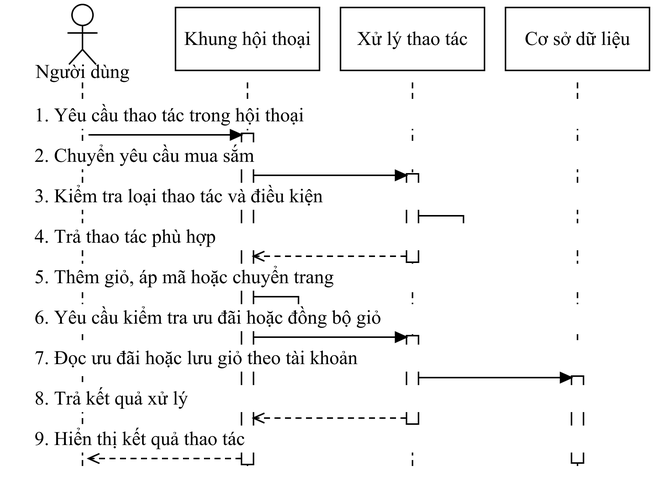
Earlier version of the draw.io export docs/do-an-LSOUL/So-do-LSOUL-rut-gon/anh-png/SEQ-18.png (Loccao102/BanHang). Source tidied: cells renumbered, new cells last; positions are measured from the earlier drawing's top-left corner, leaving out a move shared by most shapes.
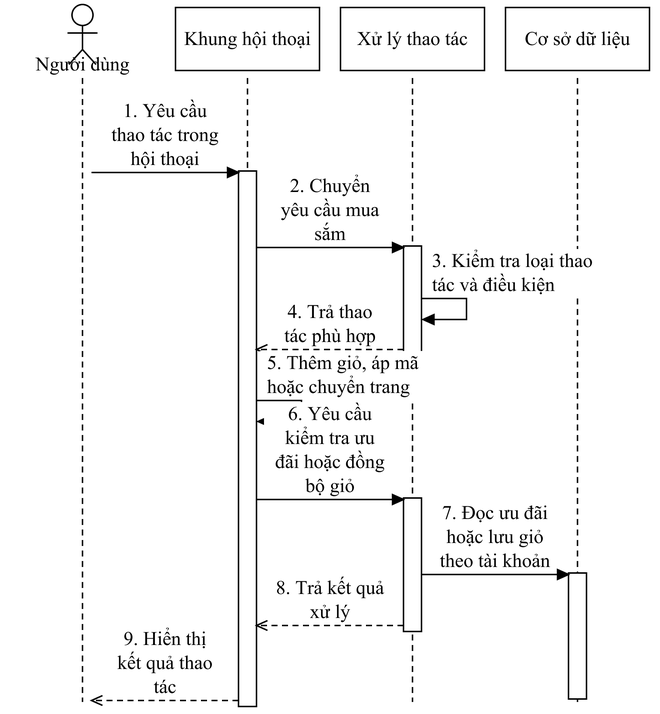
The same file after the commit.

What changed in the source:
```diff
@@ -4,127 +4,127 @@
     <mxCell id="1" parent="0" />
     <mxCell id="2" style="fontFamily=Times New Roman;fontSize=13;fontColor=#000000;strokeColor=#000000;strokeWidth=1;fillColor=#FFFFFF;shadow=0;rounded=0;html=0;whiteSpace=wrap;spacing=5;endArrow=none;endFill=1;startArrow=none;dashed=1;dashPattern=4 3;" parent="1" edge="1">
       <mxGeometry relative="1" as="geometry">
-        <mxPoint x="48" y="52" as="sourcePoint" />
-        <mxPoint x="48" y="308" as="targetPoint" />
+        <mxPoint x="48" y="49" as="sourcePoint" />
+        <mxPoint x="48" y="465" as="targetPoint" />
       </mxGeometry>
     </mxCell>
     <mxCell id="3" style="fontFamily=Times New Roman;fontSize=13;fontColor=#000000;strokeColor=#000000;strokeWidth=1;fillColor=#FFFFFF;shadow=0;rounded=0;html=0;whiteSpace=wrap;spacing=5;endArrow=none;endFill=1;startArrow=none;dashed=1;dashPattern=4 3;" parent="1" edge="1">
       <mxGeometry relative="1" as="geometry">
-        <mxPoint x="158" y="52" as="sourcePoint" />
-        <mxPoint x="158" y="308" as="targetPoint" />
+        <mxPoint x="158" y="49" as="sourcePoint" />
+        <mxPoint x="158" y="465" as="targetPoint" />
       </mxGeometry>
     </mxCell>
     <mxCell id="4" style="fontFamily=Times New Roman;fontSize=13;fontColor=#000000;strokeColor=#000000;strokeWidth=1;fillColor=#FFFFFF;shadow=0;rounded=0;html=0;whiteSpace=wrap;spacing=5;endArrow=none;endFill=1;startArrow=none;dashed=1;dashPattern=4 3;" parent="1" edge="1">
       <mxGeometry relative="1" as="geometry">
-        <mxPoint x="268" y="52" as="sourcePoint" />
-        <mxPoint x="268" y="308" as="targetPoint" />
+        <mxPoint x="268" y="49" as="sourcePoint" />
+        <mxPoint x="268" y="465" as="targetPoint" />
       </mxGeometry>
     </mxCell>
     <mxCell id="5" style="fontFamily=Times New Roman;fontSize=13;fontColor=#000000;strokeColor=#000000;strokeWidth=1;fillColor=#FFFFFF;shadow=0;rounded=0;html=0;whiteSpace=wrap;spacing=5;endArrow=none;endFill=1;startArrow=none;dashed=1;dashPattern=4 3;" parent="1" edge="1">
       <mxGeometry relative="1" as="geometry">
-        <mxPoint x="378" y="52" as="sourcePoint" />
-        <mxPoint x="378" y="308" as="targetPoint" />
+        <mxPoint x="378" y="49" as="sourcePoint" />
+        <mxPoint x="378" y="465" as="targetPoint" />
       </mxGeometry>
     </mxCell>
     <mxCell id="6" style="fontFamily=Times New Roman;fontSize=13;fontColor=#000000;strokeColor=#000000;strokeWidth=1;fillColor=#FFFFFF;shadow=0;rounded=0;html=0;whiteSpace=wrap;spacing=5;align=center;verticalAlign=middle;" parent="1" vertex="1">
-      <mxGeometry x="264" y="113" width="8" height="59" as="geometry" />
+      <mxGeometry x="262" y="161" width="12" height="73" as="geometry" />
     </mxCell>
     <mxCell id="7" style="fontFamily=Times New Roman;fontSize=13;fontColor=#000000;strokeColor=#000000;strokeWidth=1;fillColor=#FFFFFF;shadow=0;rounded=0;html=0;whiteSpace=wrap;spacing=5;align=center;verticalAlign=middle;" parent="1" vertex="1">
-      <mxGeometry x="264" y="221" width="8" height="59" as="geometry" />
+      <mxGeometry x="262" y="329" width="12" height="89" as="geometry" />
     </mxCell>
     <mxCell id="8" style="fontFamily=Times New Roman;fontSize=13;fontColor=#000000;strokeColor=#000000;strokeWidth=1;fillColor=#FFFFFF;shadow=0;rounded=0;html=0;whiteSpace=wrap;spacing=5;align=center;verticalAlign=middle;" parent="1" vertex="1">
-      <mxGeometry x="154" y="86" width="8" height="221" as="geometry" />
+      <mxGeometry x="152" y="111" width="12" height="357" as="geometry" />
     </mxCell>
     <mxCell id="9" style="fontFamily=Times New Roman;fontSize=13;fontColor=#000000;strokeColor=#000000;strokeWidth=1;fillColor=#FFFFFF;shadow=0;rounded=0;html=0;whiteSpace=wrap;spacing=5;align=center;verticalAlign=middle;" parent="1" vertex="1">
-      <mxGeometry x="374" y="248" width="8" height="58" as="geometry" />
+      <mxGeometry x="372" y="379" width="12" height="84" as="geometry" />
     </mxCell>
-    <mxCell id="10" value="1. Yêu cầu thao tác trong hội thoại" style="fontFamily=Times New Roman;fontSize=13;fontColor=#000000;strokeColor=#000000;strokeWidth=1;fillColor=#FFFFFF;shadow=0;rounded=0;html=0;whiteSpace=wrap;spacing=5;text;strokeColor=none;fillColor=none;align=left;verticalAlign=middle;fillColor=#FFFFFF;" parent="1" vertex="1">
-      <mxGeometry x="11" y="65" width="404" height="18" as="geometry" />
+    <mxCell id="10" value="1. Yêu cầu&#10;thao tác trong&#10;hội thoại" style="fontFamily=Times New Roman;fontSize=13;fontColor=#000000;strokeColor=#000000;strokeWidth=1;fillColor=#FFFFFF;shadow=0;rounded=0;html=0;whiteSpace=wrap;spacing=5;text;strokeColor=none;fillColor=none;align=center;verticalAlign=middle;fillColor=#FFFFFF;" parent="1" vertex="1">
+      <mxGeometry x="59" y="63" width="88" height="48" as="geometry" />
     </mxCell>
     <mxCell id="11" style="fontFamily=Times New Roman;fontSize=13;fontColor=#000000;strokeColor=#000000;strokeWidth=1;fillColor=#FFFFFF;shadow=0;rounded=0;html=0;whiteSpace=wrap;spacing=5;endArrow=block;endFill=1;startArrow=none;" parent="1" edge="1">
       <mxGeometry relative="1" as="geometry">
-        <mxPoint x="52" y="87" as="sourcePoint" />
-        <mxPoint x="154" y="87" as="targetPoint" />
+        <mxPoint x="54" y="112" as="sourcePoint" />
+        <mxPoint x="152" y="112" as="targetPoint" />
       </mxGeometry>
     </mxCell>
-    <mxCell id="12" value="2. Chuyển yêu cầu mua sắm" style="fontFamily=Times New Roman;fontSize=13;fontColor=#000000;strokeColor=#000000;strokeWidth=1;fillColor=#FFFFFF;shadow=0;rounded=0;html=0;whiteSpace=wrap;spacing=5;text;strokeColor=none;fillColor=none;align=left;verticalAlign=middle;fillColor=#FFFFFF;" parent="1" vertex="1">
-      <mxGeometry x="11" y="92" width="404" height="18" as="geometry" />
+    <mxCell id="12" value="2. Chuyển&#10;yêu cầu mua&#10;sắm" style="fontFamily=Times New Roman;fontSize=13;fontColor=#000000;strokeColor=#000000;strokeWidth=1;fillColor=#FFFFFF;shadow=0;rounded=0;html=0;whiteSpace=wrap;spacing=5;text;strokeColor=none;fillColor=none;align=center;verticalAlign=middle;fillColor=#FFFFFF;" parent="1" vertex="1">
+      <mxGeometry x="169" y="113" width="88" height="48" as="geometry" />
     </mxCell>
     <mxCell id="13" style="fontFamily=Times New Roman;fontSize=13;fontColor=#000000;strokeColor=#000000;strokeWidth=1;fillColor=#FFFFFF;shadow=0;rounded=0;html=0;whiteSpace=wrap;spacing=5;endArrow=block;endFill=1;startArrow=none;" parent="1" edge="1">
       <mxGeometry relative="1" as="geometry">
-        <mxPoint x="162" y="114" as="sourcePoint" />
-        <mxPoint x="264" y="114" as="targetPoint" />
+        <mxPoint x="164" y="162" as="sourcePoint" />
+        <mxPoint x="262" y="162" as="targetPoint" />
       </mxGeometry>
     </mxCell>
-    <mxCell id="14" value="3. Kiểm tra loại thao tác và điều kiện" style="fontFamily=Times New Roman;fontSize=13;fontColor=#000000;strokeColor=#000000;strokeWidth=1;fillColor=#FFFFFF;shadow=0;rounded=0;html=0;whiteSpace=wrap;spacing=5;text;strokeColor=none;fillColor=none;align=left;verticalAlign=middle;fillColor=#FFFFFF;" parent="1" vertex="1">
-      <mxGeometry x="11" y="119" width="404" height="18" as="geometry" />
+    <mxCell id="14" value="3. Kiểm tra loại thao&#10;tác và điều kiện" style="fontFamily=Times New Roman;fontSize=13;fontColor=#000000;strokeColor=#000000;strokeWidth=1;fillColor=#FFFFFF;shadow=0;rounded=0;html=0;whiteSpace=wrap;spacing=5;text;strokeColor=none;fillColor=none;align=left;verticalAlign=middle;fillColor=#FFFFFF;" parent="1" vertex="1">
+      <mxGeometry x="276" y="163" width="136" height="32" as="geometry" />
     </mxCell>
     <mxCell id="15" style="fontFamily=Times New Roman;fontSize=13;fontColor=#000000;strokeColor=#000000;strokeWidth=1;fillColor=#FFFFFF;shadow=0;rounded=0;html=0;whiteSpace=wrap;spacing=5;endArrow=block;endFill=1;startArrow=none;" parent="1" edge="1">
       <mxGeometry relative="1" as="geometry">
-        <mxPoint x="272" y="141" as="sourcePoint" />
-        <mxPoint x="273" y="153" as="targetPoint" />
+        <mxPoint x="274" y="196" as="sourcePoint" />
+        <mxPoint x="275" y="210" as="targetPoint" />
         <Array as="points">
-          <mxPoint x="302" y="141" />
-          <mxPoint x="302" y="153" />
+          <mxPoint x="304" y="196" />
+          <mxPoint x="304" y="210" />
         </Array>
       </mxGeometry>
     </mxCell>
-    <mxCell id="16" value="4. Trả thao tác phù hợp" style="fontFamily=Times New Roman;fontSize=13;fontColor=#000000;strokeColor=#000000;strokeWidth=1;fillColor=#FFFFFF;shadow=0;rounded=0;html=0;whiteSpace=wrap;spacing=5;text;strokeColor=none;fillColor=none;align=left;verticalAlign=middle;fillColor=#FFFFFF;" parent="1" vertex="1">
-      <mxGeometry x="11" y="146" width="404" height="18" as="geometry" />
+    <mxCell id="16" value="4. Trả thao&#10;tác phù hợp" style="fontFamily=Times New Roman;fontSize=13;fontColor=#000000;strokeColor=#000000;strokeWidth=1;fillColor=#FFFFFF;shadow=0;rounded=0;html=0;whiteSpace=wrap;spacing=5;text;strokeColor=none;fillColor=none;align=center;verticalAlign=middle;fillColor=#FFFFFF;" parent="1" vertex="1">
+      <mxGeometry x="169" y="197" width="88" height="32" as="geometry" />
     </mxCell>
     <mxCell id="17" style="fontFamily=Times New Roman;fontSize=13;fontColor=#000000;strokeColor=#000000;strokeWidth=1;fillColor=#FFFFFF;shadow=0;rounded=0;html=0;whiteSpace=wrap;spacing=5;endArrow=open;endFill=1;startArrow=none;dashed=1;dashPattern=4 3;" parent="1" edge="1">
       <mxGeometry relative="1" as="geometry">
-        <mxPoint x="264" y="168" as="sourcePoint" />
-        <mxPoint x="162" y="168" as="targetPoint" />
+        <mxPoint x="262" y="230" as="sourcePoint" />
+        <mxPoint x="164" y="230" as="targetPoint" />
       </mxGeometry>
     </mxCell>
-    <mxCell id="18" value="5. Thêm giỏ, áp mã hoặc chuyển trang" style="fontFamily=Times New Roman;fontSize=13;fontColor=#000000;strokeColor=#000000;strokeWidth=1;fillColor=#FFFFFF;shadow=0;rounded=0;html=0;whiteSpace=wrap;spacing=5;text;strokeColor=none;fillColor=none;align=left;verticalAlign=middle;fillColor=#FFFFFF;" parent="1" vertex="1">
-      <mxGeometry x="11" y="173" width="404" height="18" as="geometry" />
+    <mxCell id="18" value="5. Thêm giỏ, áp mã&#10;hoặc chuyển trang" style="fontFamily=Times New Roman;fontSize=13;fontColor=#000000;strokeColor=#000000;strokeWidth=1;fillColor=#FFFFFF;shadow=0;rounded=0;html=0;whiteSpace=wrap;spacing=5;text;strokeColor=none;fillColor=none;align=left;verticalAlign=middle;fillColor=#FFFFFF;" parent="1" vertex="1">
+      <mxGeometry x="166" y="231" width="136" height="32" as="geometry" />
     </mxCell>
     <mxCell id="19" style="fontFamily=Times New Roman;fontSize=13;fontColor=#000000;strokeColor=#000000;strokeWidth=1;fillColor=#FFFFFF;shadow=0;rounded=0;html=0;whiteSpace=wrap;spacing=5;endArrow=block;endFill=1;startArrow=none;" parent="1" edge="1">
       <mxGeometry relative="1" as="geometry">
-        <mxPoint x="162" y="195" as="sourcePoint" />
-        <mxPoint x="163" y="207" as="targetPoint" />
+        <mxPoint x="164" y="264" as="sourcePoint" />
+        <mxPoint x="165" y="278" as="targetPoint" />
         <Array as="points">
-          <mxPoint x="192" y="195" />
-          <mxPoint x="192" y="207" />
+          <mxPoint x="194" y="264" />
+          <mxPoint x="194" y="278" />
         </Array>
       </mxGeometry>
     </mxCell>
-    <mxCell id="20" value="6. Yêu cầu kiểm tra ưu đãi hoặc đồng bộ giỏ" style="fontFamily=Times New Roman;fontSize=13;fontColor=#000000;strokeColor=#000000;strokeWidth=1;fillColor=#FFFFFF;shadow=0;rounded=0;html=0;whiteSpace=wrap;spacing=5;text;strokeColor=none;fillColor=none;align=left;verticalAlign=middle;fillColor=#FFFFFF;" parent="1" vertex="1">
-      <mxGeometry x="11" y="200" width="404" height="18" as="geometry" />
+    <mxCell id="20" value="6. Yêu cầu&#10;kiểm tra ưu&#10;đãi hoặc đồng&#10;bộ giỏ" style="fontFamily=Times New Roman;fontSize=13;fontColor=#000000;strokeColor=#000000;strokeWidth=1;fillColor=#FFFFFF;shadow=0;rounded=0;html=0;whiteSpace=wrap;spacing=5;text;strokeColor=none;fillColor=none;align=center;verticalAlign=middle;fillColor=#FFFFFF;" parent="1" vertex="1">
+      <mxGeometry x="169" y="265" width="88" height="64" as="geometry" />
     </mxCell>
     <mxCell id="21" style="fontFamily=Times New Roman;fontSize=13;fontColor=#000000;strokeColor=#000000;strokeWidth=1;fillColor=#FFFFFF;shadow=0;rounded=0;html=0;whiteSpace=wrap;spacing=5;endArrow=block;endFill=1;startArrow=none;" parent="1" edge="1">
       <mxGeometry relative="1" as="geometry">
-        <mxPoint x="162" y="222" as="sourcePoint" />
-        <mxPoint x="264" y="222" as="targetPoint" />
+        <mxPoint x="164" y="330" as="sourcePoint" />
+        <mxPoint x="262" y="330" as="targetPoint" />
       </mxGeometry>
     </mxCell>
-    <mxCell id="22" value="7. Đọc ưu đãi hoặc lưu giỏ theo tài khoản" style="fontFamily=Times New Roman;fontSize=13;fontColor=#000000;strokeColor=#000000;strokeWidth=1;fillColor=#FFFFFF;shadow=0;rounded=0;html=0;whiteSpace=wrap;spacing=5;text;strokeColor=none;fillColor=none;align=left;verticalAlign=middle;fillColor=#FFFFFF;" parent="1" vertex="1">
-      <mxGeometry x="11" y="227" width="404" height="18" as="geometry" />
+    <mxCell id="22" value="7. Đọc ưu đãi&#10;hoặc lưu giỏ&#10;theo tài khoản" style="fontFamily=Times New Roman;fontSize=13;fontColor=#000000;strokeColor=#000000;strokeWidth=1;fillColor=#FFFFFF;shadow=0;rounded=0;html=0;whiteSpace=wrap;spacing=5;text;strokeColor=none;fillColor=none;align=center;verticalAlign=middle;fillColor=#FFFFFF;" parent="1" vertex="1">
+      <mxGeometry x="279" y="331" width="88" height="48" as="geometry" />
     </mxCell>
     <mxCell id="23" style="fontFamily=Times New Roman;fontSize=13;fontColor=#000000;strokeColor=#000000;strokeWidth=1;fillColor=#FFFFFF;shadow=0;rounded=0;html=0;whiteSpace=wrap;spacing=5;endArrow=block;endFill=1;startArrow=none;" parent="1" edge="1">
       <mxGeometry relative="1" as="geometry">
-        <mxPoint x="272" y="249" as="sourcePoint" />
-        <mxPoint x="374" y="249" as="targetPoint" />
+        <mxPoint x="274" y="380" as="sourcePoint" />
+        <mxPoint x="372" y="380" as="targetPoint" />
       </mxGeometry>
     </mxCell>
-    <mxCell id="24" value="8. Trả kết quả xử lý" style="fontFamily=Times New Roman;fontSize=13;fontColor=#000000;strokeColor=#000000;strokeWidth=1;fillColor=#FFFFFF;shadow=0;rounded=0;html=0;whiteSpace=wrap;spacing=5;text;strokeColor=none;fillColor=none;align=left;verticalAlign=middle;fillColor=#FFFFFF;" parent="1" vertex="1">
-      <mxGeometry x="11" y="254" width="404" height="18" as="geometry" />
+    <mxCell id="24" value="8. Trả kết quả&#10;xử lý" style="fontFamily=Times New Roman;fontSize=13;fontColor=#000000;strokeColor=#000000;strokeWidth=1;fillColor=#FFFFFF;shadow=0;rounded=0;html=0;whiteSpace=wrap;spacing=5;text;strokeColor=none;fillColor=none;align=center;verticalAlign=middle;fillColor=#FFFFFF;" parent="1" vertex="1">
+      <mxGeometry x="169" y="381" width="88" height="32" as="geometry" />
     </mxCell>
     <mxCell id="25" style="fontFamily=Times New Roman;fontSize=13;fontColor=#000000;strokeColor=#000000;strokeWidth=1;fillColor=#FFFFFF;shadow=0;rounded=0;html=0;whiteSpace=wrap;spacing=5;endArrow=open;endFill=1;startArrow=none;dashed=1;dashPattern=4 3;" parent="1" edge="1">
       <mxGeometry relative="1" as="geometry">
-        <mxPoint x="264" y="276" as="sourcePoint" />
-        <mxPoint x="162" y="276" as="targetPoint" />
+        <mxPoint x="262" y="414" as="sourcePoint" />
+        <mxPoint x="164" y="414" as="targetPoint" />
       </mxGeometry>
     </mxCell>
-    <mxCell id="26" value="9. Hiển thị kết quả thao tác" style="fontFamily=Times New Roman;fontSize=13;fontColor=#000000;strokeColor=#000000;strokeWidth=1;fillColor=#FFFFFF;shadow=0;rounded=0;html=0;whiteSpace=wrap;spacing=5;text;strokeColor=none;fillColor=none;align=left;verticalAlign=middle;fillColor=#FFFFFF;" parent="1" vertex="1">
-      <mxGeometry x="11" y="281" width="404" height="18" as="geometry" />
+    <mxCell id="26" value="9. Hiển thị&#10;kết quả thao&#10;tác" style="fontFamily=Times New Roman;fontSize=13;fontColor=#000000;strokeColor=#000000;strokeWidth=1;fillColor=#FFFFFF;shadow=0;rounded=0;html=0;whiteSpace=wrap;spacing=5;text;strokeColor=none;fillColor=none;align=center;verticalAlign=middle;fillColor=#FFFFFF;" parent="1" vertex="1">
+      <mxGeometry x="59" y="415" width="88" height="48" as="geometry" />
     </mxCell>
     <mxCell id="27" style="fontFamily=Times New Roman;fontSize=13;fontColor=#000000;strokeColor=#000000;strokeWidth=1;fillColor=#FFFFFF;shadow=0;rounded=0;html=0;whiteSpace=wrap;spacing=5;endArrow=open;endFill=1;startArrow=none;dashed=1;dashPattern=4 3;" parent="1" edge="1">
       <mxGeometry relative="1" as="geometry">
-        <mxPoint x="154" y="303" as="sourcePoint" />
-        <mxPoint x="52" y="303" as="targetPoint" />
+        <mxPoint x="152" y="464" as="sourcePoint" />
+        <mxPoint x="54" y="464" as="targetPoint" />
       </mxGeometry>
     </mxCell>
     <mxCell id="28" style="fontFamily=Times New Roman;fontSize=13;fontColor=#000000;strokeColor=#000000;strokeWidth=1;fillColor=#FFFFFF;shadow=0;rounded=0;html=0;whiteSpace=wrap;spacing=5;ellipse;perimeter=ellipsePerimeter;align=center;verticalAlign=middle;" parent="1" vertex="1">
@@ -155,7 +155,7 @@
       </mxGeometry>
     </mxCell>
     <mxCell id="33" value="Người dùng" style="fontFamily=Times New Roman;fontSize=13;fontColor=#000000;strokeColor=#000000;strokeWidth=1;fillColor=#FFFFFF;shadow=0;rounded=0;html=0;whiteSpace=wrap;spacing=5;text;strokeColor=none;fillColor=none;align=center;verticalAlign=middle;" parent="1" vertex="1">
-      <mxGeometry y="37" width="96" height="16" as="geometry" />
+      <mxGeometry y="32" width="96" height="16" as="geometry" />
     </mxCell>
     <mxCell id="34" value="Khung hội thoại" style="fontFamily=Times New Roman;fontSize=13;fontColor=#000000;strokeColor=#000000;strokeWidth=1;fillColor=#FFFFFF;shadow=0;rounded=0;html=0;whiteSpace=wrap;spacing=5;align=center;verticalAlign=middle;" parent="1" vertex="1">
       <mxGeometry x="110" y="2" width="96" height="42" as="geometry" />
```
